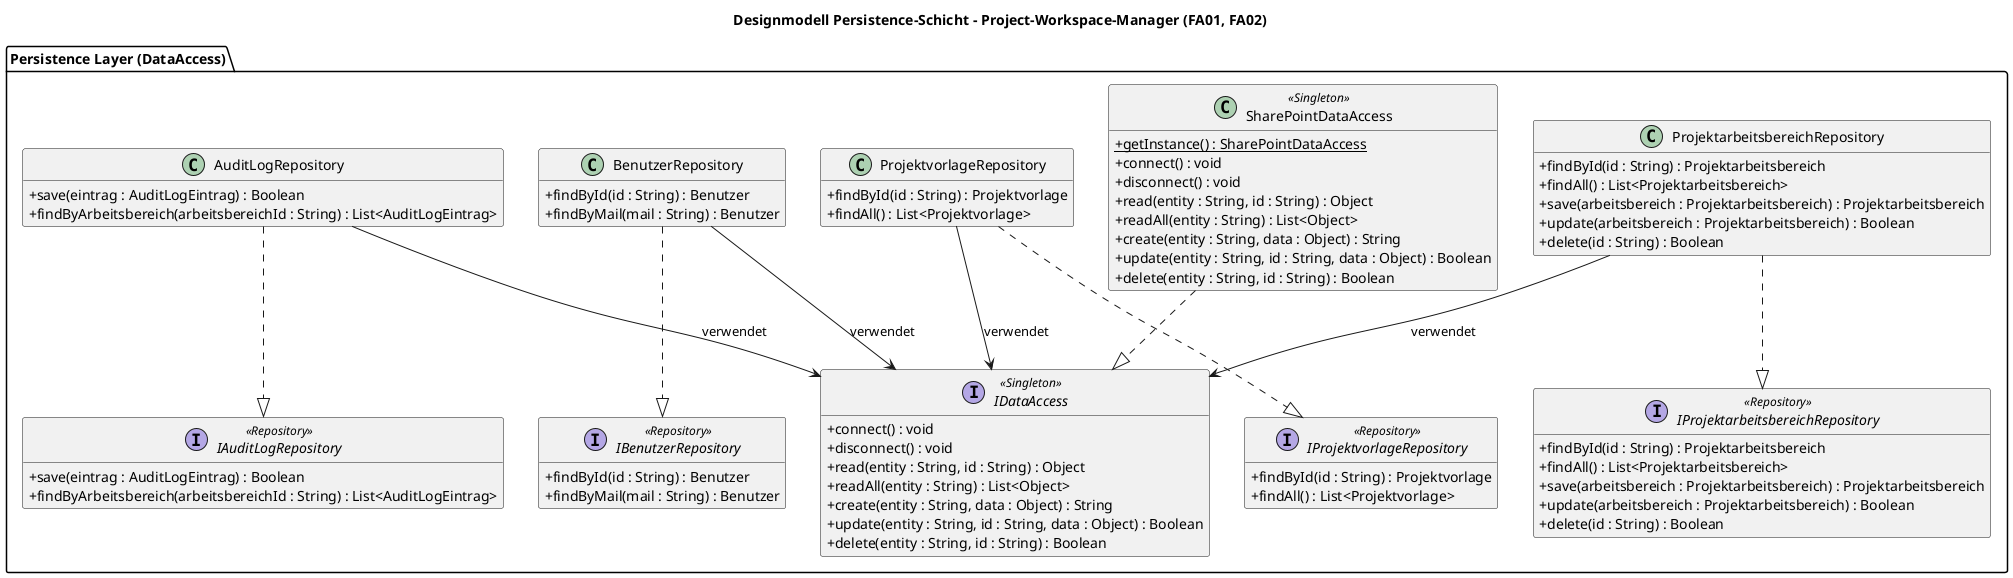
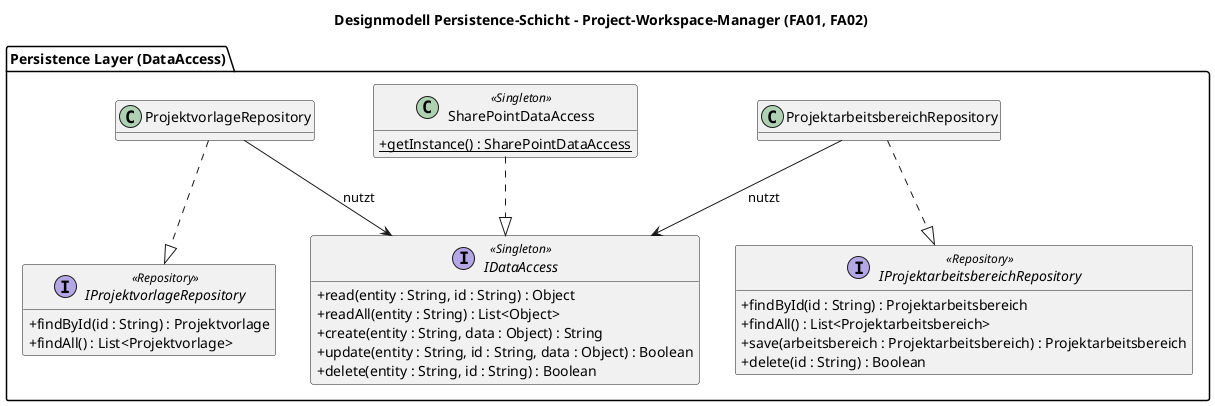
@startuml Persistence-Schicht
title Designmodell Persistence-Schicht – Project-Workspace-Manager (FA01, FA02)

skinparam classAttributeIconSize 0
hide attributes

package "Persistence Layer (DataAccess)" {

    interface IDataAccess <<Singleton>> {
-         + connect() : void
-         + disconnect() : void
        + read(entity : String, id : String) : Object
        + readAll(entity : String) : List<Object>
        + create(entity : String, data : Object) : String
        + update(entity : String, id : String, data : Object) : Boolean
        + delete(entity : String, id : String) : Boolean
    }

    class SharePointDataAccess <<Singleton>> {
-         - {static} instance : SharePointDataAccess
        + {static} getInstance() : SharePointDataAccess
-         + connect() : void
-         + disconnect() : void
-         + read(entity : String, id : String) : Object
-         + readAll(entity : String) : List<Object>
-         + create(entity : String, data : Object) : String
-         + update(entity : String, id : String, data : Object) : Boolean
-         + delete(entity : String, id : String) : Boolean
    }

    interface IProjektarbeitsbereichRepository <<Repository>> {
        + findById(id : String) : Projektarbeitsbereich
        + findAll() : List<Projektarbeitsbereich>
        + save(arbeitsbereich : Projektarbeitsbereich) : Projektarbeitsbereich
-         + update(arbeitsbereich : Projektarbeitsbereich) : Boolean
        + delete(id : String) : Boolean
    }

    interface IProjektvorlageRepository <<Repository>> {
        + findById(id : String) : Projektvorlage
        + findAll() : List<Projektvorlage>
    }

-     interface IBenutzerRepository <<Repository>> {
-         + findById(id : String) : Benutzer
-         + findByMail(mail : String) : Benutzer
-     }
- 
-     interface IAuditLogRepository <<Repository>> {
-         + save(eintrag : AuditLogEintrag) : Boolean
-         + findByArbeitsbereich(arbeitsbereichId : String) : List<AuditLogEintrag>
-     }
- 
-     class ProjektarbeitsbereichRepository {
-         + findById(id : String) : Projektarbeitsbereich
-         + findAll() : List<Projektarbeitsbereich>
-         + save(arbeitsbereich : Projektarbeitsbereich) : Projektarbeitsbereich
-         + update(arbeitsbereich : Projektarbeitsbereich) : Boolean
-         + delete(id : String) : Boolean
-     }
- 
-     class ProjektvorlageRepository {
-         + findById(id : String) : Projektvorlage
-         + findAll() : List<Projektvorlage>
-     }
- 
-     class BenutzerRepository {
-         + findById(id : String) : Benutzer
-         + findByMail(mail : String) : Benutzer
-     }
- 
-     class AuditLogRepository {
-         + save(eintrag : AuditLogEintrag) : Boolean
-         + findByArbeitsbereich(arbeitsbereichId : String) : List<AuditLogEintrag>
-     }
+     class ProjektarbeitsbereichRepository
+     class ProjektvorlageRepository
}

SharePointDataAccess ..|> IDataAccess
ProjektarbeitsbereichRepository ..|> IProjektarbeitsbereichRepository
ProjektvorlageRepository ..|> IProjektvorlageRepository
- BenutzerRepository ..|> IBenutzerRepository
- AuditLogRepository ..|> IAuditLogRepository

- ProjektarbeitsbereichRepository --> IDataAccess : verwendet
- ProjektvorlageRepository --> IDataAccess : verwendet
- BenutzerRepository --> IDataAccess : verwendet
- AuditLogRepository --> IDataAccess : verwendet
+ ProjektarbeitsbereichRepository --> IDataAccess : nutzt
+ ProjektvorlageRepository --> IDataAccess : nutzt

@enduml
